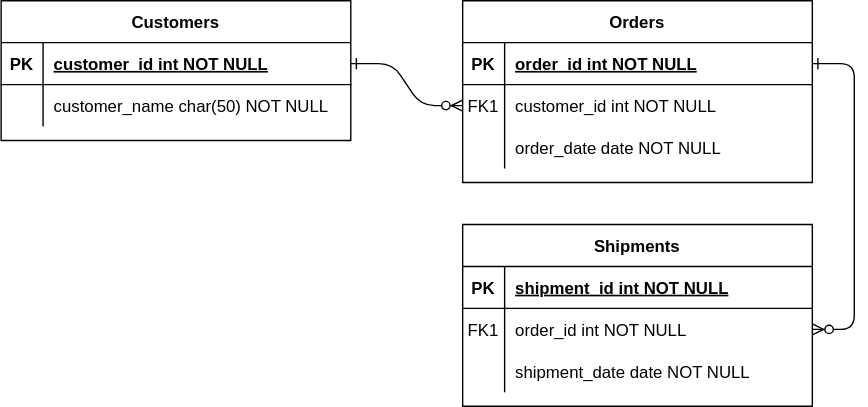
Earlier version of the draw.io export ER.drawio.svg (Muyixone/Simple_CRUD_API). Source tidied: cells renumbered, new cells last; positions are measured from the earlier drawing's top-left corner, leaving out a move shared by most shapes.
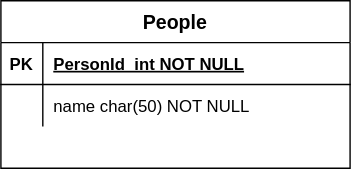
Above is the later version.

Diff of the diagram source:
```diff
@@ -2,74 +2,8 @@
   <root>
     <mxCell id="0" />
     <mxCell id="1" parent="0" />
-    <mxCell id="2" style="edgeStyle=entityRelationEdgeStyle;endArrow=ERzeroToMany;startArrow=ERone;endFill=1;startFill=0;" parent="1" edge="1" source="25" target="8">
-      <mxGeometry relative="1" as="geometry" />
-    </mxCell>
-    <mxCell id="3" style="edgeStyle=entityRelationEdgeStyle;endArrow=ERzeroToMany;startArrow=ERone;endFill=1;startFill=0;" parent="1" edge="1" source="5" target="18">
-      <mxGeometry relative="1" as="geometry" />
-    </mxCell>
-    <mxCell id="4" value="Orders" style="shape=table;startSize=30;rowLines=0;fontStyle=1;align=center;" parent="1" vertex="1">
-      <mxGeometry x="330" width="250" height="130" as="geometry" />
-    </mxCell>
-    <mxCell id="5" style="shape=partialRectangle;fillColor=none;points=[[0,0.5],[1,0.5]];portConstraint=eastwest;top=0;left=0;right=0;bottom=1;" parent="4" vertex="1">
-      <mxGeometry y="30" width="250" height="30" as="geometry" />
-    </mxCell>
-    <mxCell id="6" value="PK" style="shape=partialRectangle;overflow=hidden;fillColor=none;top=0;left=0;bottom=0;right=0;fontStyle=1;" parent="5" vertex="1">
-      <mxGeometry width="30" height="30" as="geometry" />
-    </mxCell>
-    <mxCell id="7" value="order_id int NOT NULL " style="shape=partialRectangle;overflow=hidden;fillColor=none;top=0;left=0;bottom=0;right=0;align=left;spacingLeft=6;fontStyle=5;" parent="5" vertex="1">
-      <mxGeometry x="30" width="220" height="30" as="geometry" />
-    </mxCell>
-    <mxCell id="8" style="shape=partialRectangle;fillColor=none;points=[[0,0.5],[1,0.5]];portConstraint=eastwest;top=0;left=0;right=0;bottom=0;" parent="4" vertex="1">
-      <mxGeometry y="60" width="250" height="30" as="geometry" />
-    </mxCell>
-    <mxCell id="9" value="FK1" style="shape=partialRectangle;overflow=hidden;fillColor=none;top=0;left=0;bottom=0;right=0;" parent="8" vertex="1">
-      <mxGeometry width="30" height="30" as="geometry" />
-    </mxCell>
-    <mxCell id="10" value="customer_id int NOT NULL" style="shape=partialRectangle;overflow=hidden;fillColor=none;top=0;left=0;bottom=0;right=0;align=left;spacingLeft=6;" parent="8" vertex="1">
-      <mxGeometry x="30" width="220" height="30" as="geometry" />
-    </mxCell>
-    <mxCell id="11" style="shape=partialRectangle;fillColor=none;top=0;left=0;right=0;bottom=0;" parent="4" vertex="1">
-      <mxGeometry y="90" width="250" height="30" as="geometry" />
-    </mxCell>
-    <mxCell id="12" style="shape=partialRectangle;overflow=hidden;fillColor=none;top=0;left=0;bottom=0;right=0;" parent="11" vertex="1">
-      <mxGeometry width="30" height="30" as="geometry" />
-    </mxCell>
-    <mxCell id="13" value="order_date date NOT NULL" style="shape=partialRectangle;overflow=hidden;fillColor=none;top=0;left=0;bottom=0;right=0;align=left;spacingLeft=6;" parent="11" vertex="1">
-      <mxGeometry x="30" width="220" height="30" as="geometry" />
-    </mxCell>
-    <mxCell id="14" value="Shipments" style="shape=table;startSize=30;rowLines=0;fontStyle=1;align=center;" parent="1" vertex="1">
-      <mxGeometry x="330" y="160" width="250" height="130" as="geometry" />
-    </mxCell>
-    <mxCell id="15" style="shape=partialRectangle;fillColor=none;top=0;left=0;right=0;bottom=1;" parent="14" vertex="1">
-      <mxGeometry y="30" width="250" height="30" as="geometry" />
-    </mxCell>
-    <mxCell id="16" value="PK" style="shape=partialRectangle;overflow=hidden;fillColor=none;top=0;left=0;bottom=0;right=0;fontStyle=1;" parent="15" vertex="1">
-      <mxGeometry width="30" height="30" as="geometry" />
-    </mxCell>
-    <mxCell id="17" value="shipment_id int NOT NULL " style="shape=partialRectangle;overflow=hidden;fillColor=none;top=0;left=0;bottom=0;right=0;align=left;spacingLeft=6;fontStyle=5;" parent="15" vertex="1">
-      <mxGeometry x="30" width="220" height="30" as="geometry" />
-    </mxCell>
-    <mxCell id="18" style="shape=partialRectangle;fillColor=none;points=[[0,0.5],[1,0.5]];portConstraint=eastwest;top=0;left=0;right=0;bottom=0;" parent="14" vertex="1">
-      <mxGeometry y="60" width="250" height="30" as="geometry" />
-    </mxCell>
-    <mxCell id="19" value="FK1" style="shape=partialRectangle;overflow=hidden;fillColor=none;top=0;left=0;bottom=0;right=0;" parent="18" vertex="1">
-      <mxGeometry width="30" height="30" as="geometry" />
-    </mxCell>
-    <mxCell id="20" value="order_id int NOT NULL" style="shape=partialRectangle;overflow=hidden;fillColor=none;top=0;left=0;bottom=0;right=0;align=left;spacingLeft=6;" parent="18" vertex="1">
-      <mxGeometry x="30" width="220" height="30" as="geometry" />
-    </mxCell>
-    <mxCell id="21" style="shape=partialRectangle;fillColor=none;top=0;left=0;right=0;bottom=0;" parent="14" vertex="1">
-      <mxGeometry y="90" width="250" height="30" as="geometry" />
-    </mxCell>
-    <mxCell id="22" style="shape=partialRectangle;overflow=hidden;fillColor=none;top=0;left=0;bottom=0;right=0;" parent="21" vertex="1">
-      <mxGeometry width="30" height="30" as="geometry" />
-    </mxCell>
-    <mxCell id="23" value="shipment_date date NOT NULL" style="shape=partialRectangle;overflow=hidden;fillColor=none;top=0;left=0;bottom=0;right=0;align=left;spacingLeft=6;" parent="21" vertex="1">
-      <mxGeometry x="30" width="220" height="30" as="geometry" />
-    </mxCell>
-    <mxCell id="24" value="Customers" style="shape=table;startSize=30;rowLines=0;fontStyle=1;align=center;" parent="1" vertex="1">
-      <mxGeometry width="250" height="100" as="geometry" />
+    <mxCell id="24" value="People" style="shape=table;startSize=30;rowLines=0;fontStyle=1;align=center;fontSize=14;" parent="1" vertex="1">
+      <mxGeometry width="250" height="120" as="geometry" />
     </mxCell>
     <mxCell id="25" style="shape=partialRectangle;fillColor=none;points=[[0,0.5],[1,0.5]];portConstraint=eastwest;top=0;left=0;right=0;bottom=1;" parent="24" vertex="1">
       <mxGeometry y="30" width="250" height="30" as="geometry" />
@@ -77,7 +11,7 @@
     <mxCell id="26" value="PK" style="shape=partialRectangle;overflow=hidden;fillColor=none;top=0;left=0;bottom=0;right=0;fontStyle=1;" parent="25" vertex="1">
       <mxGeometry width="30" height="30" as="geometry" />
     </mxCell>
-    <mxCell id="27" value="customer_id int NOT NULL " style="shape=partialRectangle;overflow=hidden;fillColor=none;top=0;left=0;bottom=0;right=0;align=left;spacingLeft=6;fontStyle=5;" parent="25" vertex="1">
+    <mxCell id="27" value="PersonId  int NOT NULL " style="shape=partialRectangle;overflow=hidden;fillColor=none;top=0;left=0;bottom=0;right=0;align=left;spacingLeft=6;fontStyle=5;" parent="25" vertex="1">
       <mxGeometry x="30" width="220" height="30" as="geometry" />
     </mxCell>
     <mxCell id="28" style="shape=partialRectangle;fillColor=none;top=0;left=0;right=0;bottom=0;" parent="24" vertex="1">
@@ -86,7 +20,7 @@
     <mxCell id="29" style="shape=partialRectangle;overflow=hidden;fillColor=none;top=0;left=0;bottom=0;right=0;" parent="28" vertex="1">
       <mxGeometry width="30" height="30" as="geometry" />
     </mxCell>
-    <mxCell id="30" value="customer_name char(50) NOT NULL" style="shape=partialRectangle;overflow=hidden;fillColor=none;top=0;left=0;bottom=0;right=0;align=left;spacingLeft=6;" parent="28" vertex="1">
+    <mxCell id="30" value="name char(50) NOT NULL" style="shape=partialRectangle;overflow=hidden;fillColor=none;top=0;left=0;bottom=0;right=0;align=left;spacingLeft=6;" parent="28" vertex="1">
       <mxGeometry x="30" width="220" height="30" as="geometry" />
     </mxCell>
   </root>
```
